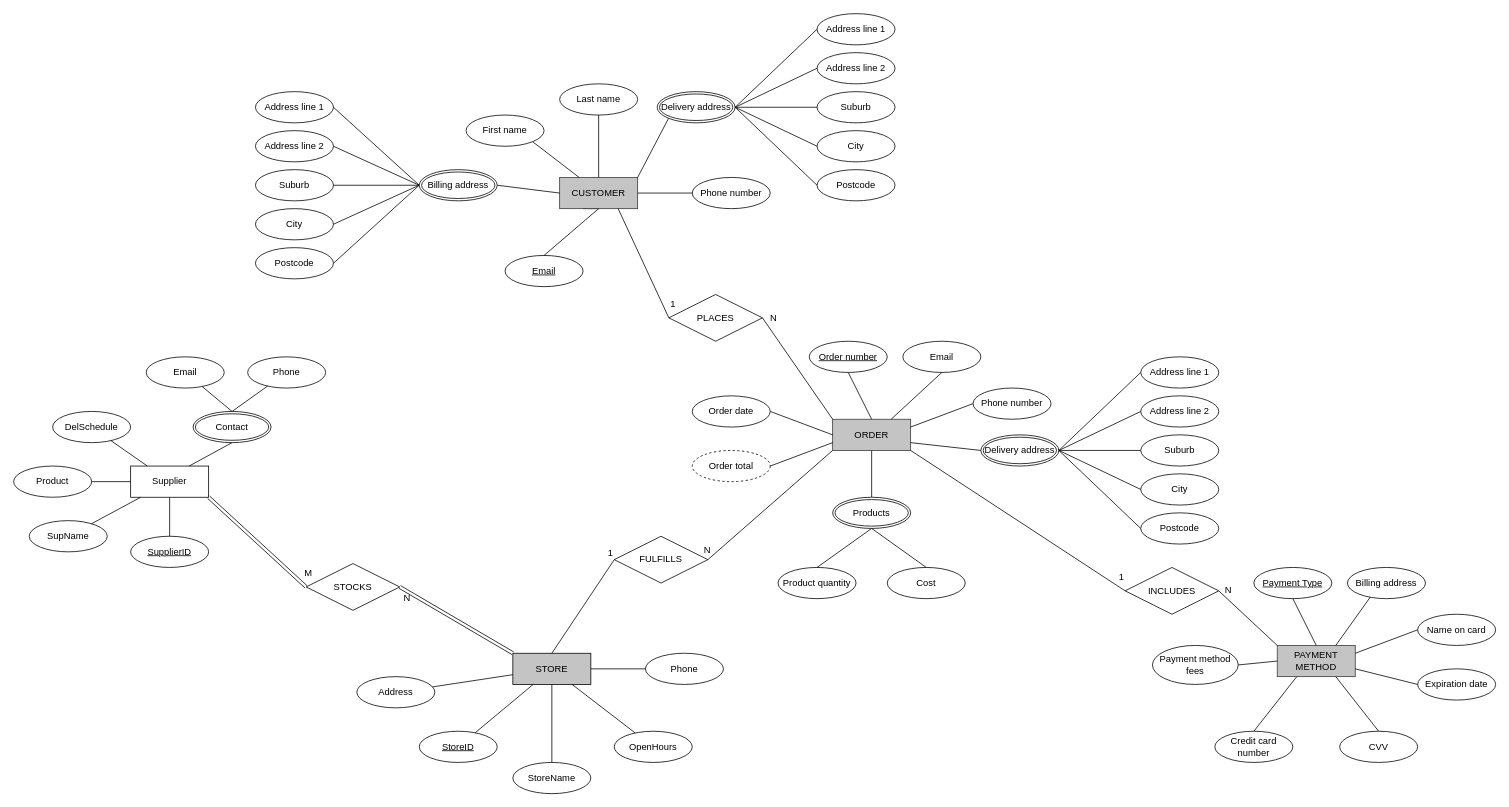
ThibaudARoy/Group5EntityRelationshipDiagram keeps this draw.io diagram as online_food_store.drawio. Above is the earlier version. Source tidied: cells renumbered, new cells numbered last; positions are measured from the earlier drawing's top-left corner, leaving out a move shared by most shapes. Both pictures are drawn from the tidied source at 78%, with x=0, y=0 at pixel (13, 13).
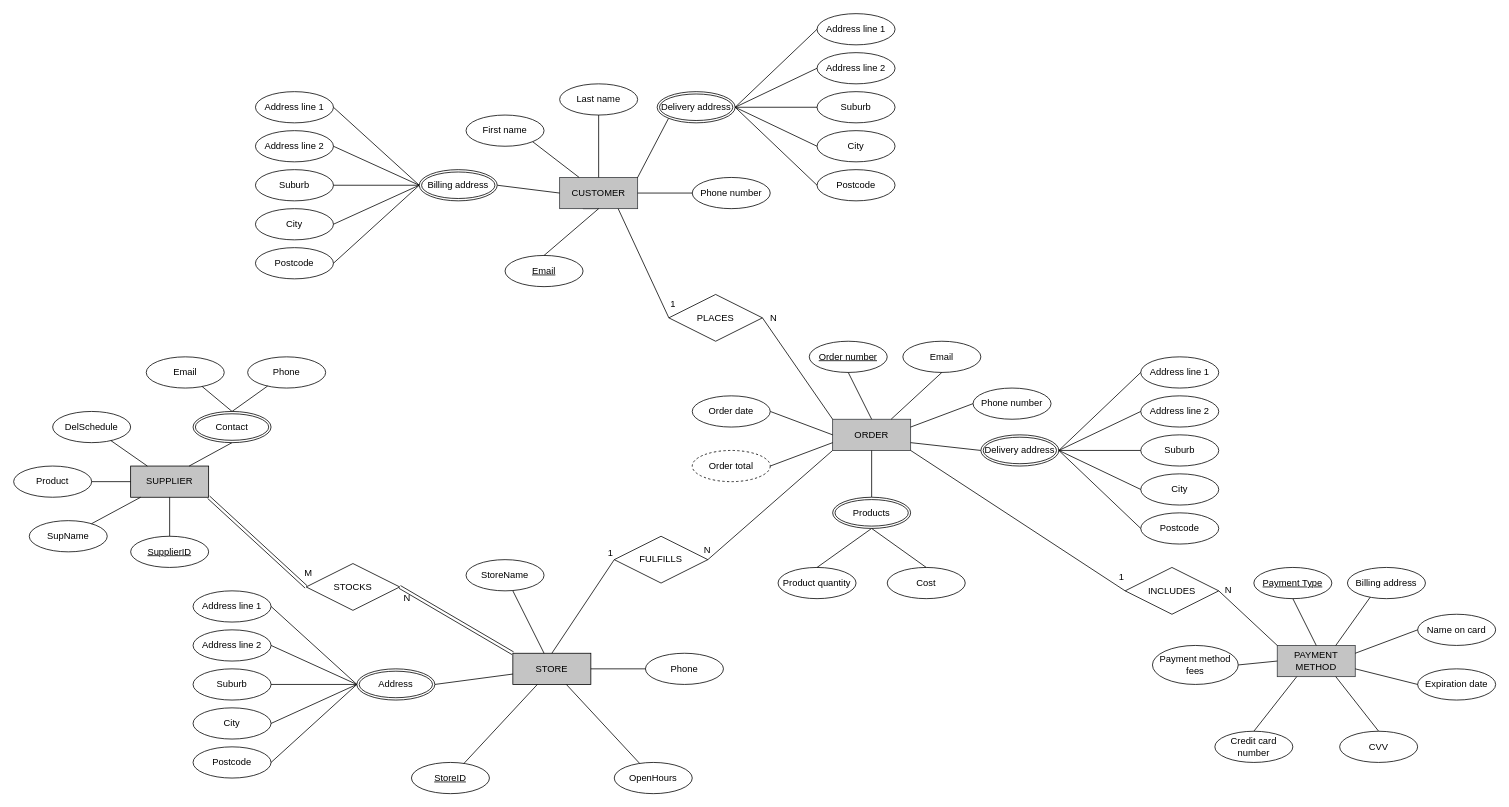
Above is the later version.

The change refers to these unchanged cells:
```xml
<mxCell id="90" value="STORE" style="whiteSpace=wrap;html=1;align=center;fillColor=#c4c4c4;" parent="1" vertex="1">
  <mxGeometry x="640" y="820" width="100" height="40" as="geometry" />
</mxCell>
```

Diff of the diagram source:
```diff
@@
     <mxCell id="91" value="&lt;u&gt;StoreID&lt;/u&gt;" style="ellipse;whiteSpace=wrap;html=1;align=center;" parent="1" vertex="1">
-      <mxGeometry x="520" y="920" width="100" height="40" as="geometry" />
+      <mxGeometry x="510" y="960" width="100" height="40" as="geometry" />
     </mxCell>
@@
     <mxCell id="93" value="StoreName" style="ellipse;whiteSpace=wrap;html=1;align=center;" parent="1" vertex="1">
-      <mxGeometry x="640" y="960" width="100" height="40" as="geometry" />
+      <mxGeometry x="580" y="700" width="100" height="40" as="geometry" />
     </mxCell>
-    <mxCell id="94" value="Address" style="ellipse;whiteSpace=wrap;html=1;align=center;" parent="1" vertex="1">
-      <mxGeometry x="440" y="850" width="100" height="40" as="geometry" />
-    </mxCell>
@@
-    <mxCell id="98" style="endArrow=none;html=1;rounded=0;" parent="1" edge="1" source="94" target="90">
+    <mxCell id="98" style="endArrow=none;html=1;rounded=0;exitX=1;exitY=0.5;exitDx=0;exitDy=0;" parent="1" edge="1" source="94" target="90">
       <mxGeometry relative="1" as="geometry" />
     </mxCell>
@@
     <mxCell id="100" value="OpenHours" style="ellipse;whiteSpace=wrap;html=1;align=center;" parent="1" vertex="1">
-      <mxGeometry x="770" y="920" width="100" height="40" as="geometry" />
+      <mxGeometry x="770" y="960" width="100" height="40" as="geometry" />
     </mxCell>
@@
-    <mxCell id="106" value="Supplier" style="whiteSpace=wrap;html=1;align=center;" parent="1" vertex="1">
+    <mxCell id="106" value="SUPPLIER" style="whiteSpace=wrap;html=1;align=center;fillColor=#c4c4c4;" parent="1" vertex="1">
       <mxGeometry x="150" y="580" width="100" height="40" as="geometry" />
     </mxCell>
@@
+    <mxCell id="126" value="Address line 1" style="ellipse;whiteSpace=wrap;html=1;align=center;" parent="1" vertex="1">
+      <mxGeometry x="230" y="740" width="100" height="40" as="geometry" />
+    </mxCell>
+    <mxCell id="127" value="Address line 2" style="ellipse;whiteSpace=wrap;html=1;align=center;" parent="1" vertex="1">
+      <mxGeometry x="230" y="790" width="100" height="40" as="geometry" />
+    </mxCell>
+    <mxCell id="128" value="Suburb" style="ellipse;whiteSpace=wrap;html=1;align=center;" parent="1" vertex="1">
+      <mxGeometry x="230" y="840" width="100" height="40" as="geometry" />
+    </mxCell>
+    <mxCell id="129" value="City" style="ellipse;whiteSpace=wrap;html=1;align=center;" parent="1" vertex="1">
+      <mxGeometry x="230" y="890" width="100" height="40" as="geometry" />
+    </mxCell>
+    <mxCell id="130" value="Postcode" style="ellipse;whiteSpace=wrap;html=1;align=center;" parent="1" vertex="1">
+      <mxGeometry x="230" y="940" width="100" height="40" as="geometry" />
+    </mxCell>
+    <mxCell id="131" style="endArrow=none;html=1;rounded=0;exitX=1;exitY=0.5;exitDx=0;exitDy=0;entryX=0;entryY=0.5;entryDx=0;entryDy=0;" parent="1" edge="1" source="126" target="94">
+      <mxGeometry relative="1" as="geometry" />
+    </mxCell>
+    <mxCell id="132" style="endArrow=none;html=1;rounded=0;exitX=1;exitY=0.5;exitDx=0;exitDy=0;entryX=0;entryY=0.5;entryDx=0;entryDy=0;" parent="1" edge="1" source="127" target="94">
+      <mxGeometry relative="1" as="geometry" />
+    </mxCell>
+    <mxCell id="133" style="endArrow=none;html=1;rounded=0;exitX=1;exitY=0.5;exitDx=0;exitDy=0;entryX=0;entryY=0.5;entryDx=0;entryDy=0;" parent="1" edge="1" source="128" target="94">
+      <mxGeometry relative="1" as="geometry" />
+    </mxCell>
+    <mxCell id="134" style="endArrow=none;html=1;rounded=0;exitX=1;exitY=0.5;exitDx=0;exitDy=0;entryX=0;entryY=0.5;entryDx=0;entryDy=0;" parent="1" edge="1" source="129" target="94">
+      <mxGeometry relative="1" as="geometry" />
+    </mxCell>
+    <mxCell id="135" style="endArrow=none;html=1;rounded=0;exitX=1;exitY=0.5;exitDx=0;exitDy=0;entryX=0;entryY=0.5;entryDx=0;entryDy=0;" parent="1" edge="1" source="130" target="94">
+      <mxGeometry relative="1" as="geometry" />
+    </mxCell>
+    <mxCell id="94" value="Address" style="ellipse;shape=doubleEllipse;margin=3;whiteSpace=wrap;html=1;align=center;" parent="1" vertex="1">
+      <mxGeometry x="440" y="840" width="100" height="40" as="geometry" />
+    </mxCell>
```
